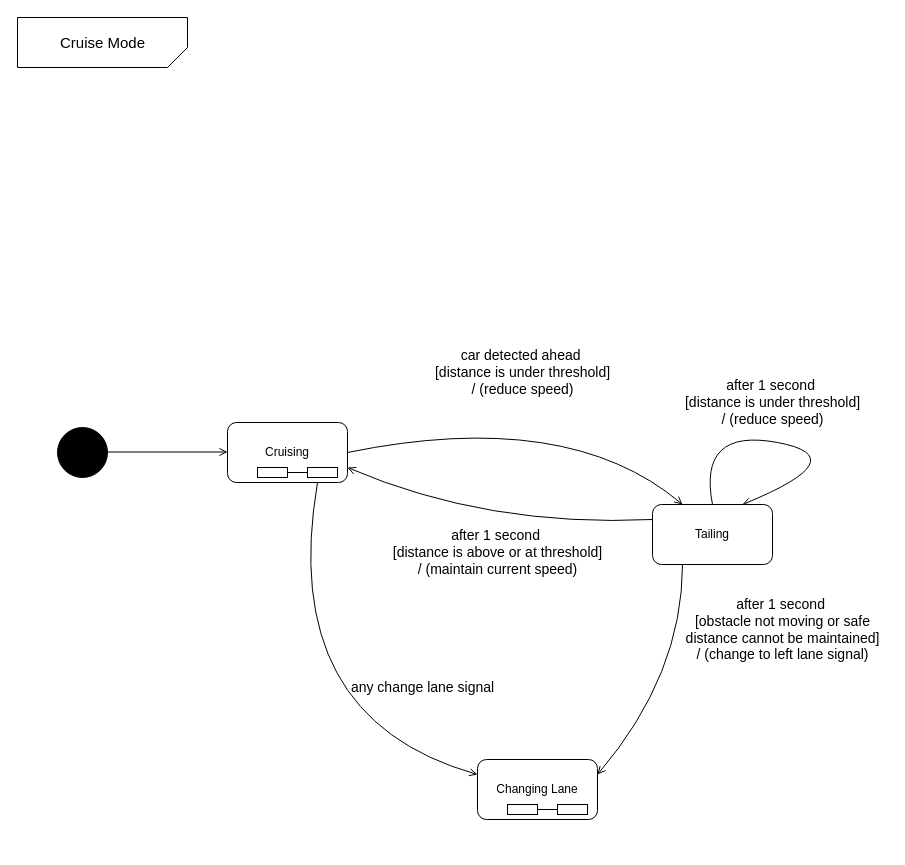
gordonpn/soen331-assignment2 keeps this draw.io diagram as page "cruise mode" (3 of 5) of state-diagram.drawio. Above is the earlier version. Source tidied: cells renumbered, new cells numbered last; positions are measured from the earlier drawing's top-left corner, leaving out a move shared by most shapes. Both pictures are drawn from the tidied source at 100%, with x=0, y=0 at pixel (17, 17).
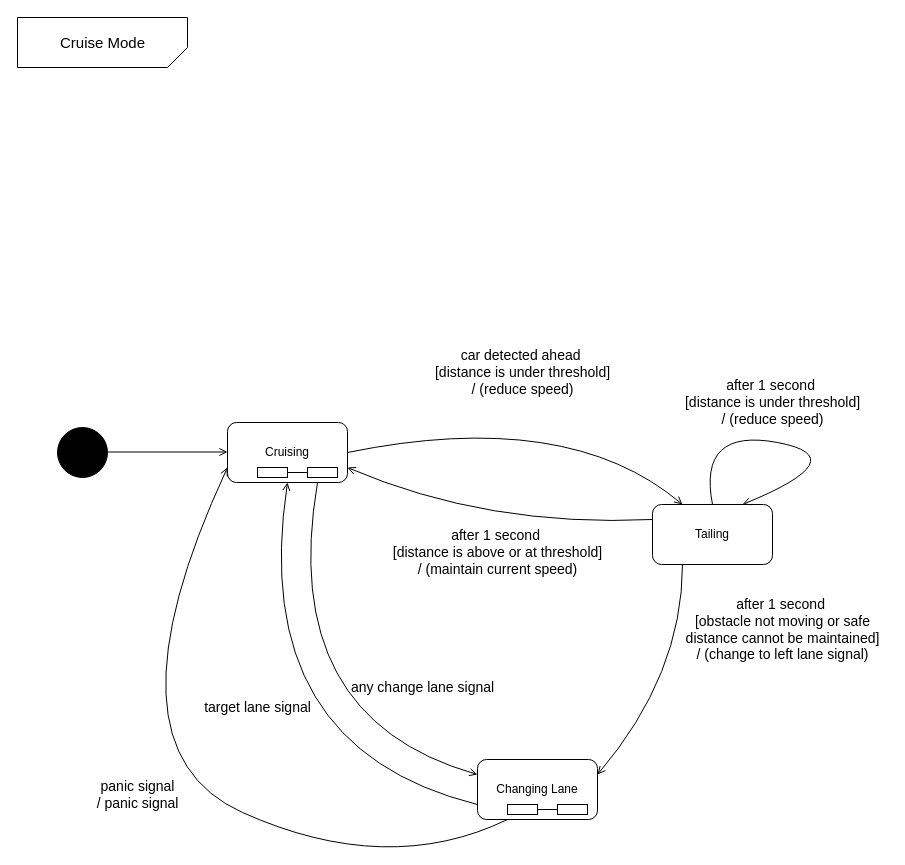
The same diagram, later.

Commit message (it also covers changes not shown here):
completed changing lane sub-state diagram

The change refers to these unchanged cells:
```xml
<mxCell id="6" value="Cruising" style="rounded=1;whiteSpace=wrap;html=1;shadow=0;strokeColor=#000000;fillColor=#FFFFFF;align=center;" parent="1" vertex="1">
  <mxGeometry x="210" y="405" width="120" height="60" as="geometry" />
</mxCell>
<mxCell id="8" value="Changing Lane" style="rounded=1;whiteSpace=wrap;html=1;shadow=0;strokeColor=#000000;fillColor=#FFFFFF;align=center;" parent="1" vertex="1">
  <mxGeometry x="460" y="742" width="120" height="60" as="geometry" />
</mxCell>
```

The edit, as a diff of the source:
```diff
@@
+    <mxCell id="25" style="curved=1;endArrow=none;html=1;entryX=0;entryY=0.75;entryDx=0;entryDy=0;exitX=0.5;exitY=1;exitDx=0;exitDy=0;endFill=0;startArrow=open;startFill=0;" parent="1" edge="1" source="6" target="8">
+      <mxGeometry relative="1" as="geometry">
+        <Array as="points">
+          <mxPoint x="230" y="730" />
+        </Array>
+      </mxGeometry>
+    </mxCell>
+    <mxCell id="26" value="&lt;span style=&quot;font-size: 14px&quot;&gt;target lane signal&lt;/span&gt;" style="text;html=1;align=center;verticalAlign=middle;" parent="1" vertex="1">
+      <mxGeometry x="180" y="680" width="120" height="20" as="geometry" />
+    </mxCell>
+    <mxCell id="27" style="curved=1;endArrow=none;html=1;entryX=0.25;entryY=1;entryDx=0;entryDy=0;exitX=0;exitY=0.75;exitDx=0;exitDy=0;endFill=0;startArrow=open;startFill=0;" parent="1" edge="1" source="6" target="8">
+      <mxGeometry relative="1" as="geometry">
+        <Array as="points">
+          <mxPoint x="80" y="730" />
+          <mxPoint x="370" y="860" />
+        </Array>
+      </mxGeometry>
+    </mxCell>
+    <mxCell id="28" value="&lt;span style=&quot;font-size: 14px&quot;&gt;panic signal&lt;br&gt;/ panic signal&lt;br&gt;&lt;/span&gt;" style="text;html=1;align=center;verticalAlign=middle;" parent="1" vertex="1">
+      <mxGeometry x="70" y="757" width="100" height="40" as="geometry" />
+    </mxCell>
```
